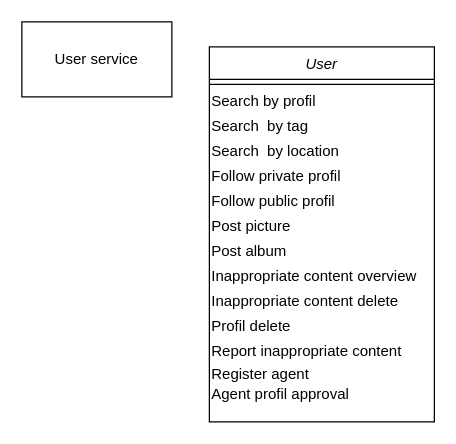
Before: page "User service" (2 of 11) of Dijagrami.drawio in andjelijaa/XML-projekat, a draw.io diagram. Source tidied: cells renumbered, new cells numbered last; positions are measured from the earlier drawing's top-left corner, leaving out a move shared by most shapes. Both pictures are drawn from the tidied source at 125%, with x=0, y=0 at pixel (21, 21).
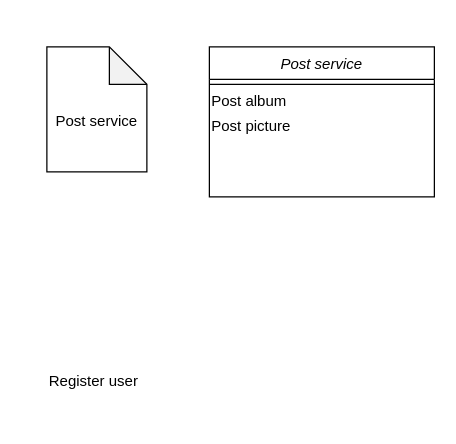
The same page after the edit.

The edit, as a diff of the source:
```diff
@@
 <mxGraphModel>
   <root>
     <mxCell id="0" />
     <mxCell id="1" parent="0" />
-    <mxCell id="2" style="rounded=0;whiteSpace=wrap;html=1;align=left;" parent="1" vertex="1">
-      <mxGeometry width="120" height="60" as="geometry" />
-    </mxCell>
-    <mxCell id="3" value="User service" style="text;html=1;strokeColor=none;fillColor=none;align=center;verticalAlign=middle;whiteSpace=wrap;rounded=0;" parent="1" vertex="1">
-      <mxGeometry x="15" y="20" width="90" height="20" as="geometry" />
-    </mxCell>
-    <mxCell id="4" value="User" style="swimlane;fontStyle=2;align=center;verticalAlign=top;horizontal=1;startSize=26;rounded=0;shadow=0;strokeWidth=1;" parent="1" vertex="1">
-      <mxGeometry x="150" y="20" width="180" height="300" as="geometry" />
+    <mxCell id="4" value="Post service" style="swimlane;fontStyle=2;align=center;verticalAlign=top;horizontal=1;startSize=26;rounded=0;shadow=0;strokeWidth=1;" parent="1" vertex="1">
+      <mxGeometry x="150" y="20" width="180" height="120" as="geometry" />
     </mxCell>
     <mxCell id="5" style="line;html=1;strokeWidth=1;align=left;verticalAlign=middle;spacingTop=-1;spacingLeft=3;spacingRight=3;labelPosition=right;" parent="4" vertex="1">
       <mxGeometry y="26" width="180" height="8" as="geometry" />
     </mxCell>
-    <mxCell id="6" value="Search by profil" style="text;html=1;strokeColor=none;fillColor=none;align=left;verticalAlign=middle;whiteSpace=wrap;rounded=0;" parent="4" vertex="1">
-      <mxGeometry y="34" width="180" height="20" as="geometry" />
-    </mxCell>
-    <mxCell id="7" value="Search&amp;nbsp; by tag" style="text;html=1;strokeColor=none;fillColor=none;align=left;verticalAlign=middle;whiteSpace=wrap;rounded=0;" parent="4" vertex="1">
-      <mxGeometry y="54" width="180" height="20" as="geometry" />
-    </mxCell>
-    <mxCell id="8" value="Search&amp;nbsp; by location" style="text;html=1;strokeColor=none;fillColor=none;align=left;verticalAlign=middle;whiteSpace=wrap;rounded=0;" parent="4" vertex="1">
-      <mxGeometry y="74" width="180" height="20" as="geometry" />
-    </mxCell>
-    <mxCell id="9" value="Follow private profil" style="text;html=1;strokeColor=none;fillColor=none;align=left;verticalAlign=middle;whiteSpace=wrap;rounded=0;" parent="4" vertex="1">
-      <mxGeometry y="94" width="180" height="20" as="geometry" />
-    </mxCell>
-    <mxCell id="10" value="Follow public profil" style="text;html=1;strokeColor=none;fillColor=none;align=left;verticalAlign=middle;whiteSpace=wrap;rounded=0;" parent="4" vertex="1">
-      <mxGeometry y="114" width="180" height="20" as="geometry" />
-    </mxCell>
+    <mxCell id="12" value="Post album" style="text;html=1;strokeColor=none;fillColor=none;align=left;verticalAlign=middle;whiteSpace=wrap;rounded=0;" parent="4" vertex="1">
+      <mxGeometry y="34" width="180" height="20" as="geometry" />
+    </mxCell>
     <mxCell id="11" value="Post picture" style="text;html=1;strokeColor=none;fillColor=none;align=left;verticalAlign=middle;whiteSpace=wrap;rounded=0;" parent="4" vertex="1">
-      <mxGeometry y="134" width="180" height="20" as="geometry" />
+      <mxGeometry y="54" width="180" height="20" as="geometry" />
     </mxCell>
-    <mxCell id="12" value="Post album" style="text;html=1;strokeColor=none;fillColor=none;align=left;verticalAlign=middle;whiteSpace=wrap;rounded=0;" parent="4" vertex="1">
-      <mxGeometry y="154" width="180" height="20" as="geometry" />
-    </mxCell>
-    <mxCell id="13" value="Inappropriate content overview" style="text;html=1;strokeColor=none;fillColor=none;align=left;verticalAlign=middle;whiteSpace=wrap;rounded=0;" parent="4" vertex="1">
-      <mxGeometry y="174" width="180" height="20" as="geometry" />
-    </mxCell>
-    <mxCell id="14" value="Inappropriate content delete" style="text;html=1;strokeColor=none;fillColor=none;align=left;verticalAlign=middle;whiteSpace=wrap;rounded=0;" parent="4" vertex="1">
-      <mxGeometry y="194" width="180" height="20" as="geometry" />
-    </mxCell>
-    <mxCell id="15" value="Profil delete" style="text;html=1;strokeColor=none;fillColor=none;align=left;verticalAlign=middle;whiteSpace=wrap;rounded=0;" parent="4" vertex="1">
-      <mxGeometry y="214" width="180" height="20" as="geometry" />
-    </mxCell>
-    <mxCell id="16" value="Report inappropriate content&amp;nbsp;" style="text;html=1;strokeColor=none;fillColor=none;align=left;verticalAlign=middle;whiteSpace=wrap;rounded=0;" parent="4" vertex="1">
-      <mxGeometry y="234" width="180" height="20" as="geometry" />
-    </mxCell>
-    <mxCell id="17" value="Register agent" style="text;html=1;strokeColor=none;fillColor=none;align=left;verticalAlign=middle;whiteSpace=wrap;rounded=0;" parent="4" vertex="1">
-      <mxGeometry y="254" width="180" height="16" as="geometry" />
-    </mxCell>
-    <mxCell id="18" value="Agent profil approval" style="text;html=1;strokeColor=none;fillColor=none;align=left;verticalAlign=middle;whiteSpace=wrap;rounded=0;" parent="4" vertex="1">
-      <mxGeometry y="270" width="180" height="16" as="geometry" />
-    </mxCell>
+    <mxCell id="19" style="shape=note;whiteSpace=wrap;html=1;backgroundOutline=1;darkOpacity=0.05;" parent="1" vertex="1">
+      <mxGeometry x="20" y="20" width="80" height="100" as="geometry" />
+    </mxCell>
+    <mxCell id="3" value="Post service" style="text;html=1;strokeColor=none;fillColor=none;align=center;verticalAlign=middle;whiteSpace=wrap;rounded=0;" parent="1" vertex="1">
+      <mxGeometry x="15" y="70" width="90" height="20" as="geometry" />
+    </mxCell>
+    <mxCell id="20" value="Register user" style="text;html=1;strokeColor=none;fillColor=none;align=left;verticalAlign=middle;whiteSpace=wrap;rounded=0;" parent="1" vertex="1">
+      <mxGeometry x="20" y="280" width="180" height="16" as="geometry" />
+    </mxCell>
   </root>
 </mxGraphModel>
```
